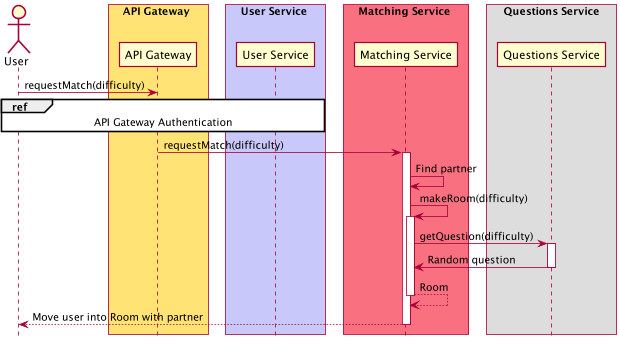
Above: project-report/images/matching-questions-service.png in CS3219-AY2223S1/cs3219-project-ay2223s1-g22 (PlantUML), before the change. The source it was exported from:
```plantuml
@startuml abc
!include style.puml

skinparam BoxPadding 10

actor "User" as User

box API Gateway API_GATEWAY_COLOR_T1
	participant "API Gateway" as APIGateway
end box

box User Service USER_SERVICE_COLOR_T1
	participant "User Service" as UserService
end box

box Matching Service MATCHING_SERVICE_COLOR_T1
	participant "Matching Service" as MatchingService
end box

box Questions Service
	participant "Questions Service" as QuestionsService
end box

User -> APIGateway: requestMatch(difficulty)
ref over User, APIGateway, UserService: API Gateway Authentication
APIGateway -> MatchingService: requestMatch(difficulty)

activate MatchingService
MatchingService -> MatchingService: Find partner
MatchingService -> MatchingService: makeRoom(difficulty)
activate MatchingService
MatchingService -> QuestionsService: getQuestion(difficulty)

activate QuestionsService
QuestionsService -> MatchingService: Random question
deactivate QuestionsService
return Room

MatchingService --> User: Move user into Room with partner
deactivate MatchingService

@enduml
```
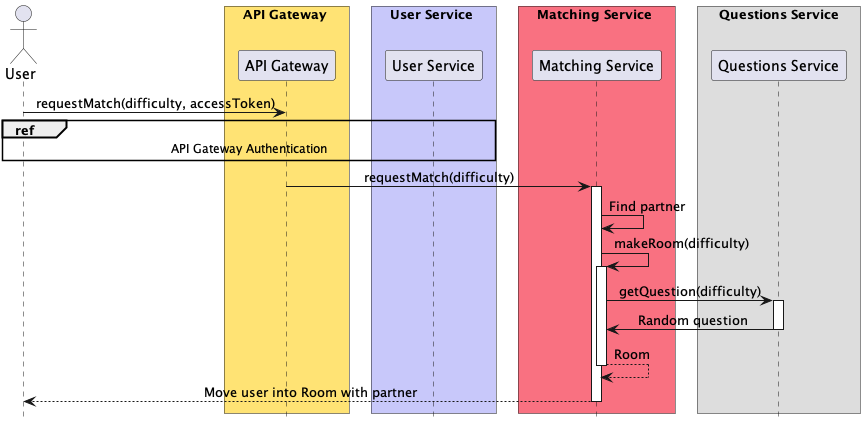
The same file after the commit.

Commit message:
Export and replace sequence diagrams in report

Diff of the diagram source:
```diff
@@ -21,7 +21,7 @@
 	participant "Questions Service" as QuestionsService
 end box
 
-User -> APIGateway: requestMatch(difficulty)
+User -> APIGateway: requestMatch(difficulty, accessToken)
 ref over User, APIGateway, UserService: API Gateway Authentication
 APIGateway -> MatchingService: requestMatch(difficulty)
 
```
